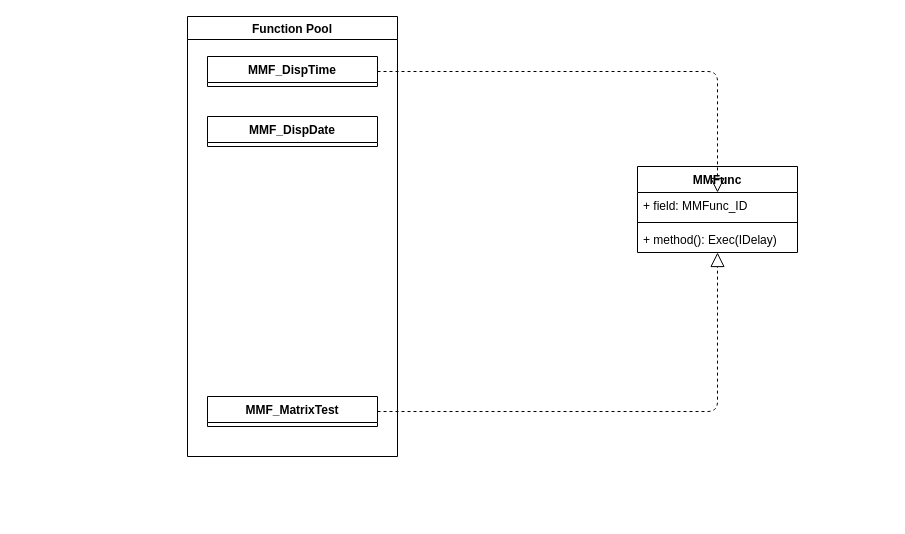
AaronMingCN/MagicMatrix keeps this draw.io diagram as page "功能池" (2 of 3) of doc/MagicMatrix.drawio. Above is the earlier version. Source tidied: cells renumbered, new cells numbered last; positions are measured from the earlier drawing's top-left corner, leaving out a move shared by most shapes. Both pictures are drawn from the tidied source at 100%, with x=0, y=0 at pixel (187, 16).
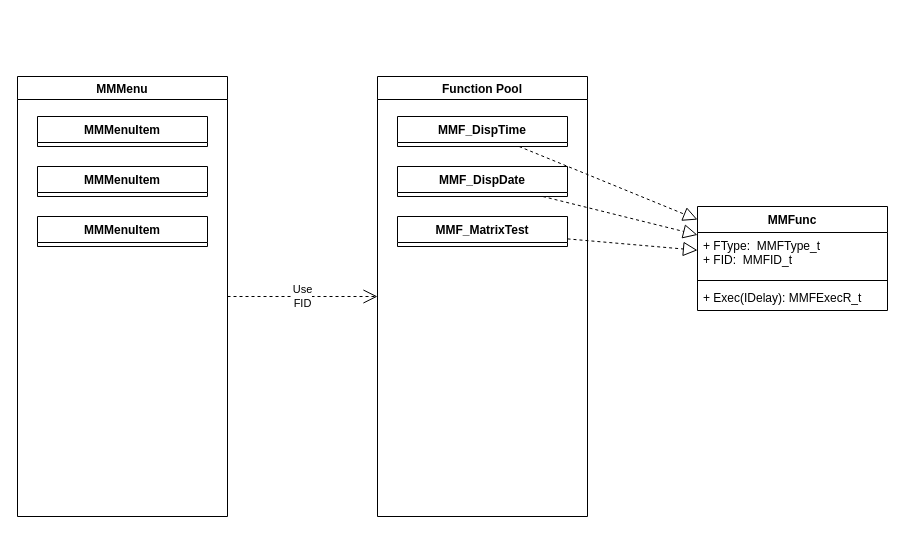
The same page after the edit.

Change to the diagram source:
```diff
@@
 <mxGraphModel>
   <root>
     <mxCell id="0" />
     <mxCell id="1" parent="0" />
     <mxCell id="2" value="Function Pool" style="swimlane;" parent="1" vertex="1">
-      <mxGeometry width="210" height="440" as="geometry" />
+      <mxGeometry x="190" y="60" width="210" height="440" as="geometry" />
     </mxCell>
     <mxCell id="3" value="MMF_MatrixTest" style="swimlane;fontStyle=1;align=center;verticalAlign=top;horizontal=1;startSize=26;" parent="2" vertex="1" collapsed="1">
-      <mxGeometry x="20" y="380" width="170" height="30" as="geometry" />
+      <mxGeometry x="20" y="140" width="170" height="30" as="geometry" />
     </mxCell>
     <mxCell id="4" value="MMF_DispTime" style="swimlane;fontStyle=1;align=center;verticalAlign=top;horizontal=1;startSize=26;" parent="2" vertex="1" collapsed="1">
       <mxGeometry x="20" y="40" width="170" height="30" as="geometry" />
     </mxCell>
     <mxCell id="5" value="MMF_DispDate" style="swimlane;fontStyle=1;align=center;verticalAlign=top;horizontal=1;startSize=26;" parent="2" vertex="1" collapsed="1">
-      <mxGeometry x="20" y="100" width="170" height="30" as="geometry" />
+      <mxGeometry x="20" y="90" width="170" height="30" as="geometry" />
     </mxCell>
     <mxCell id="6" value="MMFunc" style="swimlane;fontStyle=1;align=center;verticalAlign=top;horizontal=1;startSize=26;" parent="1" vertex="1">
-      <mxGeometry x="450" y="150" width="160" height="86" as="geometry" />
+      <mxGeometry x="510" y="190" width="190" height="104" as="geometry" />
     </mxCell>
-    <mxCell id="7" value="+ field: MMFunc_ID" style="text;strokeColor=none;fillColor=none;align=left;verticalAlign=top;spacingLeft=4;spacingRight=4;overflow=hidden;points=[[0,0.5],[1,0.5]];portConstraint=eastwest;" parent="6" vertex="1">
-      <mxGeometry y="26" width="160" height="26" as="geometry" />
+    <mxCell id="7" value="+ FType:  MMFType_t&#10;+ FID:  MMFID_t" style="text;strokeColor=none;fillColor=none;align=left;verticalAlign=top;spacingLeft=4;spacingRight=4;overflow=hidden;points=[[0,0.5],[1,0.5]];portConstraint=eastwest;" parent="6" vertex="1">
+      <mxGeometry y="26" width="190" height="44" as="geometry" />
     </mxCell>
     <mxCell id="8" style="line;strokeWidth=1;fillColor=none;align=left;verticalAlign=middle;spacingTop=-1;spacingLeft=3;spacingRight=3;labelPosition=right;strokeColor=inherit;" parent="6" vertex="1">
-      <mxGeometry y="52" width="160" height="8" as="geometry" />
+      <mxGeometry y="70" width="190" height="8" as="geometry" />
     </mxCell>
-    <mxCell id="9" value="+ method(): Exec(IDelay)" style="text;strokeColor=none;fillColor=none;align=left;verticalAlign=top;spacingLeft=4;spacingRight=4;overflow=hidden;" parent="6" vertex="1">
-      <mxGeometry y="60" width="160" height="26" as="geometry" />
+    <mxCell id="9" value="+ Exec(IDelay): MMFExecR_t" style="text;strokeColor=none;fillColor=none;align=left;verticalAlign=top;spacingLeft=4;spacingRight=4;overflow=hidden;" parent="6" vertex="1">
+      <mxGeometry y="78" width="190" height="26" as="geometry" />
     </mxCell>
+    <mxCell id="12" style="endArrow=block;dashed=1;endFill=0;endSize=12;html=1;" parent="1" edge="1" source="4" target="6">
+      <mxGeometry relative="1" as="geometry" />
+    </mxCell>
+    <mxCell id="13" style="endArrow=block;dashed=1;endFill=0;endSize=12;html=1;" parent="1" edge="1" source="5" target="6">
+      <mxGeometry relative="1" as="geometry" />
+    </mxCell>
-    <mxCell id="10" style="endArrow=block;dashed=1;endFill=0;endSize=12;html=1;edgeStyle=orthogonalEdgeStyle;" parent="1" edge="1" source="3" target="6">
+    <mxCell id="10" style="endArrow=block;dashed=1;endFill=0;endSize=12;html=1;" parent="1" edge="1" source="3" target="6">
       <mxGeometry relative="1" as="geometry" />
     </mxCell>
-    <mxCell id="11" style="endArrow=block;dashed=1;endFill=0;endSize=12;html=1;edgeStyle=orthogonalEdgeStyle;" parent="1" edge="1" source="4" target="7">
-      <mxGeometry relative="1" as="geometry">
-        <Array as="points">
-          <mxPoint x="530" y="55" />
-        </Array>
-      </mxGeometry>
-    </mxCell>
+    <mxCell id="14" value="MMMenu" style="swimlane;" parent="1" vertex="1">
+      <mxGeometry x="-170" y="60" width="210" height="440" as="geometry" />
+    </mxCell>
+    <mxCell id="15" value="MMMenuItem" style="swimlane;fontStyle=1;align=center;verticalAlign=top;horizontal=1;startSize=26;" parent="14" vertex="1" collapsed="1">
+      <mxGeometry x="20" y="140" width="170" height="30" as="geometry" />
+    </mxCell>
+    <mxCell id="16" value="MMMenuItem" style="swimlane;fontStyle=1;align=center;verticalAlign=top;horizontal=1;startSize=26;" parent="14" vertex="1" collapsed="1">
+      <mxGeometry x="20" y="40" width="170" height="30" as="geometry" />
+    </mxCell>
+    <mxCell id="17" value="MMMenuItem" style="swimlane;fontStyle=1;align=center;verticalAlign=top;horizontal=1;startSize=26;" parent="14" vertex="1" collapsed="1">
+      <mxGeometry x="20" y="90" width="170" height="30" as="geometry" />
+    </mxCell>
+    <mxCell id="18" value="Use&lt;br&gt;FID" style="endArrow=open;endSize=12;dashed=1;html=1;" parent="1" edge="1" source="14" target="2">
+      <mxGeometry relative="1" as="geometry" />
+    </mxCell>
   </root>
 </mxGraphModel>
```
